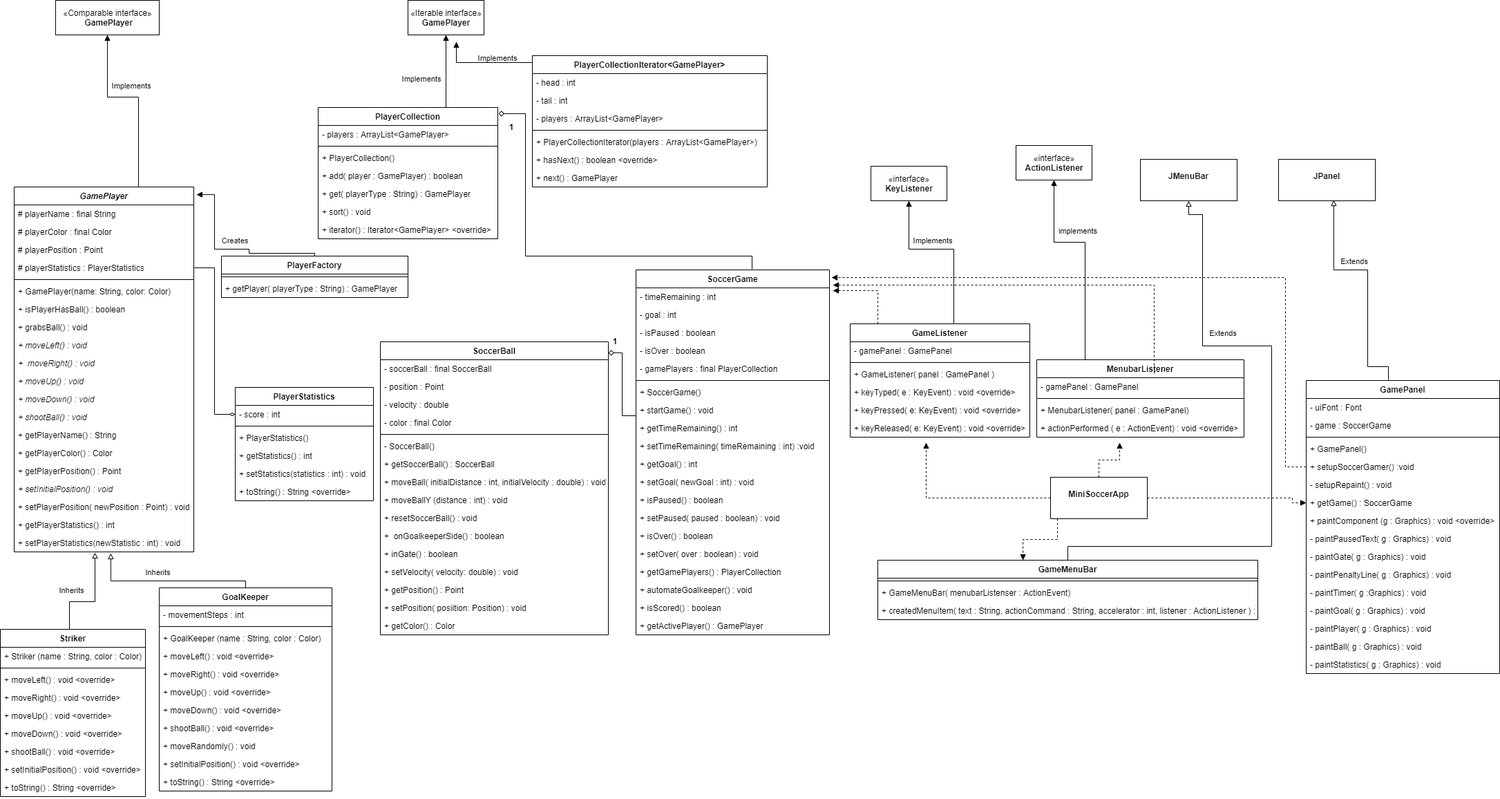
This is UML-Class-Diagram/miniSoccerGame-uml.drawio.png from kim-boho/MiniSoccorGame-3311-Project2-, a draw.io export, as it was before one commit. Source tidied: cells renumbered, new cells last; positions are measured from the earlier drawing's top-left corner, leaving out a move shared by most shapes.
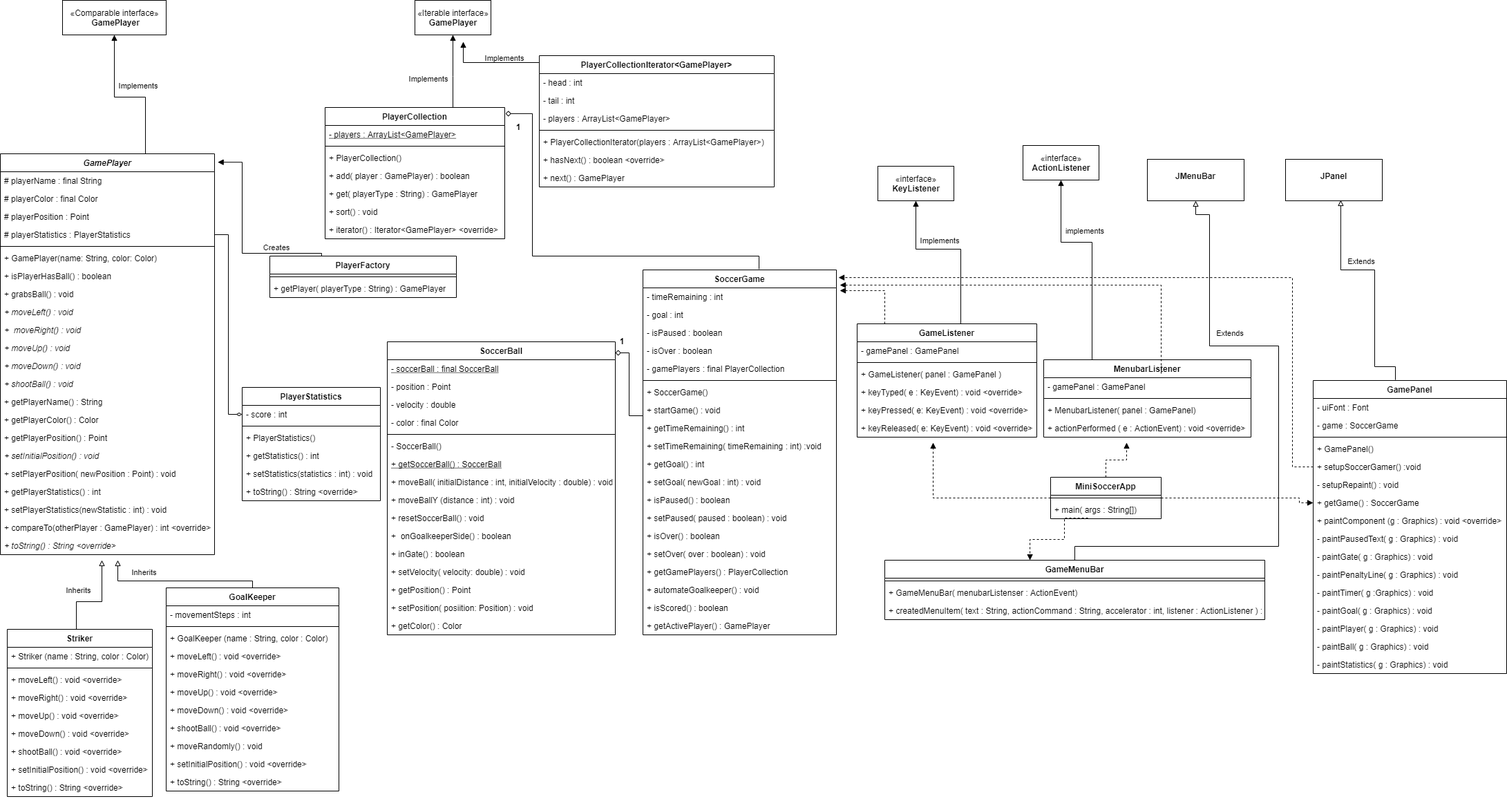
Above is the later version.

The edit, as a diff of the source:
```diff
@@ -11,70 +11,77 @@
       </mxGeometry>
     </mxCell>
     <mxCell id="3" value="GamePlayer" style="swimlane;fontStyle=3;align=center;verticalAlign=top;horizontal=1;startSize=26;" parent="1" vertex="1">
-      <mxGeometry x="20" y="270" width="260" height="528" as="geometry" />
+      <mxGeometry x="-10" y="222" width="310" height="580" as="geometry" />
     </mxCell>
     <mxCell id="4" value="# playerName : final String" style="text;strokeColor=none;fillColor=none;align=left;verticalAlign=top;spacingLeft=4;spacingRight=4;overflow=hidden;" parent="3" vertex="1">
-      <mxGeometry y="26" width="260" height="26" as="geometry" />
+      <mxGeometry y="26" width="310" height="26" as="geometry" />
     </mxCell>
     <mxCell id="5" value="# playerColor : final Color " style="text;strokeColor=none;fillColor=none;align=left;verticalAlign=top;spacingLeft=4;spacingRight=4;overflow=hidden;" parent="3" vertex="1">
-      <mxGeometry y="52" width="260" height="26" as="geometry" />
+      <mxGeometry y="52" width="310" height="26" as="geometry" />
     </mxCell>
     <mxCell id="6" value="# playerPosition : Point" style="text;strokeColor=none;fillColor=none;align=left;verticalAlign=top;spacingLeft=4;spacingRight=4;overflow=hidden;" parent="3" vertex="1">
-      <mxGeometry y="78" width="260" height="26" as="geometry" />
+      <mxGeometry y="78" width="310" height="26" as="geometry" />
     </mxCell>
     <mxCell id="7" value="# playerStatistics : PlayerStatistics" style="text;strokeColor=none;fillColor=none;align=left;verticalAlign=top;spacingLeft=4;spacingRight=4;overflow=hidden;points=[[0,0.5],[1,0.5]];portConstraint=eastwest;" parent="3" vertex="1">
-      <mxGeometry y="104" width="260" height="26" as="geometry" />
+      <mxGeometry y="104" width="310" height="26" as="geometry" />
     </mxCell>
     <mxCell id="8" style="line;strokeWidth=1;fillColor=none;align=left;verticalAlign=middle;spacingTop=-1;spacingLeft=3;spacingRight=3;labelPosition=right;" parent="3" vertex="1">
-      <mxGeometry y="130" width="260" height="8" as="geometry" />
+      <mxGeometry y="130" width="310" height="8" as="geometry" />
     </mxCell>
     <mxCell id="9" value="+ GamePlayer(name: String, color: Color)" style="text;strokeColor=none;fillColor=none;align=left;verticalAlign=top;spacingLeft=4;spacingRight=4;overflow=hidden;" parent="3" vertex="1">
-      <mxGeometry y="138" width="260" height="26" as="geometry" />
+      <mxGeometry y="138" width="310" height="26" as="geometry" />
     </mxCell>
     <mxCell id="10" value="+ isPlayerHasBall() : boolean" style="text;strokeColor=none;fillColor=none;align=left;verticalAlign=top;spacingLeft=4;spacingRight=4;overflow=hidden;" parent="3" vertex="1">
-      <mxGeometry y="164" width="260" height="26" as="geometry" />
+      <mxGeometry y="164" width="310" height="26" as="geometry" />
     </mxCell>
     <mxCell id="11" value="+ grabsBall() : void" style="text;strokeColor=none;fillColor=none;align=left;verticalAlign=top;spacingLeft=4;spacingRight=4;overflow=hidden;" parent="3" vertex="1">
-      <mxGeometry y="190" width="260" height="26" as="geometry" />
+      <mxGeometry y="190" width="310" height="26" as="geometry" />
     </mxCell>
     <mxCell id="12" value="+ moveLeft() : void" style="text;strokeColor=none;fillColor=none;align=left;verticalAlign=top;spacingLeft=4;spacingRight=4;overflow=hidden;fontStyle=2;" parent="3" vertex="1">
-      <mxGeometry y="216" width="260" height="26" as="geometry" />
+      <mxGeometry y="216" width="310" height="26" as="geometry" />
     </mxCell>
     <mxCell id="13" value="+  moveRight() : void " style="text;strokeColor=none;fillColor=none;align=left;verticalAlign=top;spacingLeft=4;spacingRight=4;overflow=hidden;fontStyle=2;" parent="3" vertex="1">
-      <mxGeometry y="242" width="260" height="26" as="geometry" />
+      <mxGeometry y="242" width="310" height="26" as="geometry" />
     </mxCell>
     <mxCell id="14" value="+ moveUp() : void" style="text;strokeColor=none;fillColor=none;align=left;verticalAlign=top;spacingLeft=4;spacingRight=4;overflow=hidden;fontStyle=2;" parent="3" vertex="1">
-      <mxGeometry y="268" width="260" height="26" as="geometry" />
+      <mxGeometry y="268" width="310" height="26" as="geometry" />
     </mxCell>
     <mxCell id="15" value="+ moveDown() : void" style="text;strokeColor=none;fillColor=none;align=left;verticalAlign=top;spacingLeft=4;spacingRight=4;overflow=hidden;fontStyle=2;" parent="3" vertex="1">
-      <mxGeometry y="294" width="260" height="26" as="geometry" />
+      <mxGeometry y="294" width="310" height="26" as="geometry" />
     </mxCell>
     <mxCell id="16" value="+ shootBall() : void" style="text;strokeColor=none;fillColor=none;align=left;verticalAlign=top;spacingLeft=4;spacingRight=4;overflow=hidden;fontStyle=2;" parent="3" vertex="1">
-      <mxGeometry y="320" width="260" height="26" as="geometry" />
+      <mxGeometry y="320" width="310" height="26" as="geometry" />
     </mxCell>
     <mxCell id="17" value="+ getPlayerName() : String" style="text;strokeColor=none;fillColor=none;align=left;verticalAlign=top;spacingLeft=4;spacingRight=4;overflow=hidden;" parent="3" vertex="1">
-      <mxGeometry y="346" width="260" height="26" as="geometry" />
+      <mxGeometry y="346" width="310" height="26" as="geometry" />
     </mxCell>
     <mxCell id="18" value="+ getPlayerColor() : Color" style="text;strokeColor=none;fillColor=none;align=left;verticalAlign=top;spacingLeft=4;spacingRight=4;overflow=hidden;" parent="3" vertex="1">
-      <mxGeometry y="372" width="260" height="26" as="geometry" />
+      <mxGeometry y="372" width="310" height="26" as="geometry" />
     </mxCell>
     <mxCell id="19" value="+ getPlayerPosition() : Point" style="text;strokeColor=none;fillColor=none;align=left;verticalAlign=top;spacingLeft=4;spacingRight=4;overflow=hidden;" parent="3" vertex="1">
-      <mxGeometry y="398" width="260" height="26" as="geometry" />
+      <mxGeometry y="398" width="310" height="26" as="geometry" />
     </mxCell>
     <mxCell id="20" value="+ setInitialPosition() : void" style="text;strokeColor=none;fillColor=none;align=left;verticalAlign=top;spacingLeft=4;spacingRight=4;overflow=hidden;fontStyle=2;" parent="3" vertex="1">
-      <mxGeometry y="424" width="260" height="26" as="geometry" />
+      <mxGeometry y="424" width="310" height="26" as="geometry" />
     </mxCell>
     <mxCell id="21" value="+ setPlayerPosition( newPosition : Point) : void" style="text;strokeColor=none;fillColor=none;align=left;verticalAlign=top;spacingLeft=4;spacingRight=4;overflow=hidden;" parent="3" vertex="1">
-      <mxGeometry y="450" width="260" height="26" as="geometry" />
+      <mxGeometry y="450" width="310" height="26" as="geometry" />
     </mxCell>
     <mxCell id="22" value="+ getPlayerStatistics() : int" style="text;strokeColor=none;fillColor=none;align=left;verticalAlign=top;spacingLeft=4;spacingRight=4;overflow=hidden;" parent="3" vertex="1">
-      <mxGeometry y="476" width="260" height="26" as="geometry" />
+      <mxGeometry y="476" width="310" height="26" as="geometry" />
     </mxCell>
     <mxCell id="23" value="+ setPlayerStatistics(newStatistic : int) : void" style="text;strokeColor=none;fillColor=none;align=left;verticalAlign=top;spacingLeft=4;spacingRight=4;overflow=hidden;points=[[0,0.5],[1,0.5]];portConstraint=eastwest;" parent="3" vertex="1">
-      <mxGeometry y="502" width="260" height="26" as="geometry" />
+      <mxGeometry y="502" width="310" height="26" as="geometry" />
     </mxCell>
+    <mxCell id="181" value="+ compareTo(otherPlayer : GamePlayer) : int &lt;override&gt;" style="text;strokeColor=none;fillColor=none;align=left;verticalAlign=top;spacingLeft=4;spacingRight=4;overflow=hidden;fontSize=12;" parent="3" vertex="1">
+      <mxGeometry y="528" width="310" height="26" as="geometry" />
+    </mxCell>
+    <mxCell id="182" value="+ toString() : String &lt;override&gt;" style="text;strokeColor=none;fillColor=none;align=left;verticalAlign=top;spacingLeft=4;spacingRight=4;overflow=hidden;fontSize=12;fontStyle=2;" parent="3" vertex="1">
+      <mxGeometry y="554" width="310" height="26" as="geometry" />
+    </mxCell>
-    <mxCell id="24" style="edgeStyle=orthogonalEdgeStyle;rounded=0;jettySize=auto;html=1;startArrow=none;startFill=0;endArrow=block;endFill=0;entryX=0.538;entryY=1.077;entryDx=0;entryDy=0;entryPerimeter=0;" parent="1" edge="1" source="25" target="23">
+    <mxCell id="24" style="edgeStyle=orthogonalEdgeStyle;rounded=0;jettySize=auto;html=1;startArrow=none;startFill=0;endArrow=block;endFill=0;" parent="1" edge="1" source="25">
       <mxGeometry relative="1" as="geometry">
+        <mxPoint x="160" y="810" as="targetPoint" />
         <Array as="points">
           <mxPoint x="355" y="840" />
           <mxPoint x="160" y="840" />
@@ -117,8 +124,9 @@
     <mxCell id="36" value="+ toString() : String &lt;override&gt;" style="text;strokeColor=none;fillColor=none;align=left;verticalAlign=top;spacingLeft=4;spacingRight=4;overflow=hidden;" parent="25" vertex="1">
       <mxGeometry y="268" width="250" height="26" as="geometry" />
     </mxCell>
-    <mxCell id="37" style="edgeStyle=orthogonalEdgeStyle;rounded=0;jettySize=auto;html=1;endArrow=block;endFill=0;entryX=0.45;entryY=1.038;entryDx=0;entryDy=0;entryPerimeter=0;" parent="1" edge="1" source="38" target="23">
+    <mxCell id="37" style="edgeStyle=orthogonalEdgeStyle;rounded=0;jettySize=auto;html=1;endArrow=block;endFill=0;" parent="1" edge="1" source="38">
       <mxGeometry relative="1" as="geometry">
+        <mxPoint x="137" y="810" as="targetPoint" />
         <Array as="points">
           <mxPoint x="100" y="870" />
           <mxPoint x="137" y="870" />
@@ -166,7 +174,7 @@
     <mxCell id="49" value="PlayerCollection" style="swimlane;fontStyle=1;align=center;verticalAlign=top;horizontal=1;startSize=26;" parent="1" vertex="1">
       <mxGeometry x="460" y="155" width="260" height="190" as="geometry" />
     </mxCell>
-    <mxCell id="50" value="- players : ArrayList&lt;GamePlayer&gt;" style="text;strokeColor=none;fillColor=none;align=left;verticalAlign=top;spacingLeft=4;spacingRight=4;overflow=hidden;" parent="49" vertex="1">
+    <mxCell id="50" value="- players : ArrayList&lt;GamePlayer&gt;" style="text;strokeColor=none;fillColor=none;align=left;verticalAlign=top;spacingLeft=4;spacingRight=4;overflow=hidden;fontStyle=4;" parent="49" vertex="1">
       <mxGeometry y="26" width="260" height="26" as="geometry" />
     </mxCell>
     <mxCell id="51" style="line;strokeWidth=1;fillColor=none;align=left;verticalAlign=middle;spacingTop=-1;spacingLeft=3;spacingRight=3;labelPosition=right;" parent="49" vertex="1">
@@ -236,15 +244,13 @@
         <mxPoint x="455" y="370" as="sourcePoint" />
         <Array as="points">
           <mxPoint x="455" y="366" />
-          <mxPoint x="360" y="366" />
-          <mxPoint x="360" y="360" />
-          <mxPoint x="310" y="360" />
-          <mxPoint x="310" y="281" />
+          <mxPoint x="340" y="366" />
+          <mxPoint x="340" y="234" />
         </Array>
       </mxGeometry>
     </mxCell>
     <mxCell id="71" value="PlayerFactory" style="swimlane;fontStyle=1;align=center;verticalAlign=top;horizontal=1;startSize=26;" parent="1" vertex="1">
-      <mxGeometry x="320" y="370" width="270" height="60" as="geometry" />
+      <mxGeometry x="380" y="370" width="270" height="60" as="geometry" />
     </mxCell>
     <mxCell id="72" style="line;strokeWidth=1;fillColor=none;align=left;verticalAlign=middle;spacingTop=-1;spacingLeft=3;spacingRight=3;labelPosition=right;" parent="71" vertex="1">
       <mxGeometry y="26" width="270" height="8" as="geometry" />
@@ -253,7 +259,7 @@
       <mxGeometry y="34" width="270" height="26" as="geometry" />
     </mxCell>
     <mxCell id="74" value="Creates" style="text;align=center;fontStyle=0;verticalAlign=middle;spacingLeft=3;spacingRight=3;strokeColor=none;fontSize=11;" parent="1" vertex="1">
-      <mxGeometry x="300" y="334" width="80" height="26" as="geometry" />
+      <mxGeometry x="350" y="344" width="80" height="26" as="geometry" />
     </mxCell>
     <mxCell id="75" value="PlayerStatistics" style="swimlane;fontStyle=1;align=center;verticalAlign=top;horizontal=1;startSize=26;" parent="1" vertex="1">
       <mxGeometry x="340" y="560" width="200" height="164" as="geometry" />
@@ -279,7 +285,7 @@
     <mxCell id="82" value="SoccerBall" style="swimlane;fontStyle=1;align=center;verticalAlign=top;horizontal=1;startSize=26;" parent="1" vertex="1">
       <mxGeometry x="550" y="494" width="330" height="424" as="geometry" />
     </mxCell>
-    <mxCell id="83" value="- soccerBall : final SoccerBall" style="text;strokeColor=none;fillColor=none;align=left;verticalAlign=top;spacingLeft=4;spacingRight=4;overflow=hidden;fontStyle=0;" parent="82" vertex="1">
+    <mxCell id="83" value="- soccerBall : final SoccerBall" style="text;strokeColor=none;fillColor=none;align=left;verticalAlign=top;spacingLeft=4;spacingRight=4;overflow=hidden;fontStyle=4;" parent="82" vertex="1">
       <mxGeometry y="26" width="330" height="26" as="geometry" />
     </mxCell>
     <mxCell id="84" value="- position : Point" style="text;strokeColor=none;fillColor=none;align=left;verticalAlign=top;spacingLeft=4;spacingRight=4;overflow=hidden;" parent="82" vertex="1">
@@ -297,7 +303,7 @@
     <mxCell id="88" value="- SoccerBall()" style="text;strokeColor=none;fillColor=none;align=left;verticalAlign=top;spacingLeft=4;spacingRight=4;overflow=hidden;" parent="82" vertex="1">
       <mxGeometry y="138" width="330" height="26" as="geometry" />
     </mxCell>
-    <mxCell id="89" value="+ getSoccerBall() : SoccerBall" style="text;strokeColor=none;fillColor=none;align=left;verticalAlign=top;spacingLeft=4;spacingRight=4;overflow=hidden;" parent="82" vertex="1">
+    <mxCell id="89" value="+ getSoccerBall() : SoccerBall" style="text;strokeColor=none;fillColor=none;align=left;verticalAlign=top;spacingLeft=4;spacingRight=4;overflow=hidden;fontStyle=4;" parent="82" vertex="1">
       <mxGeometry y="164" width="330" height="26" as="geometry" />
     </mxCell>
     <mxCell id="90" value="+ moveBall( initialDistance : int, initialVelocity : double) : void" style="text;strokeColor=none;fillColor=none;align=left;verticalAlign=top;spacingLeft=4;spacingRight=4;overflow=hidden;" parent="82" vertex="1">
@@ -400,7 +406,12 @@
       <mxGeometry y="502" width="280" height="26" as="geometry" />
     </mxCell>
     <mxCell id="121" style="edgeStyle=orthogonalEdgeStyle;rounded=0;jettySize=auto;html=1;entryX=1;entryY=0.5;entryDx=0;entryDy=0;endArrow=none;endFill=0;startArrow=diamondThin;startFill=0;" parent="1" edge="1" source="76" target="7">
-      <mxGeometry relative="1" as="geometry" />
+      <mxGeometry relative="1" as="geometry">
+        <Array as="points">
+          <mxPoint x="320" y="599" />
+          <mxPoint x="320" y="339" />
+        </Array>
+      </mxGeometry>
     </mxCell>
     <mxCell id="122" style="edgeStyle=orthogonalEdgeStyle;rounded=0;jettySize=auto;html=1;exitX=0;exitY=0.5;exitDx=0;exitDy=0;startArrow=none;startFill=0;endArrow=diamond;endFill=0;" parent="1" edge="1" source="108" target="82">
       <mxGeometry relative="1" as="geometry">
@@ -593,7 +604,7 @@
         </Array>
       </mxGeometry>
     </mxCell>
-    <mxCell id="170" style="edgeStyle=orthogonalEdgeStyle;rounded=0;jettySize=auto;html=1;entryX=0;entryY=0.5;entryDx=0;entryDy=0;dashed=1;endArrow=block;endFill=1;" parent="1" edge="1" source="174" target="155">
+    <mxCell id="170" style="edgeStyle=orthogonalEdgeStyle;rounded=0;jettySize=auto;html=1;entryX=0;entryY=0.5;entryDx=0;entryDy=0;dashed=1;endArrow=block;endFill=1;exitX=1;exitY=0.5;exitDx=0;exitDy=0;" parent="1" edge="1" source="174" target="155">
       <mxGeometry relative="1" as="geometry">
         <Array as="points">
           <mxPoint x="1870" y="720" />
@@ -601,27 +612,25 @@
         </Array>
       </mxGeometry>
     </mxCell>
-    <mxCell id="171" style="edgeStyle=orthogonalEdgeStyle;rounded=0;jettySize=auto;html=1;dashed=1;endArrow=block;endFill=1;" parent="1" edge="1" source="174">
+    <mxCell id="171" style="edgeStyle=orthogonalEdgeStyle;rounded=0;jettySize=auto;html=1;dashed=1;endArrow=block;endFill=1;exitX=0.5;exitY=0;exitDx=0;exitDy=0;" parent="1" edge="1" source="174">
       <mxGeometry relative="1" as="geometry">
         <mxPoint x="1620" y="640" as="targetPoint" />
       </mxGeometry>
     </mxCell>
-    <mxCell id="172" style="edgeStyle=orthogonalEdgeStyle;rounded=0;jettySize=auto;html=1;dashed=1;endArrow=block;endFill=1;" parent="1" edge="1" source="174">
+    <mxCell id="172" style="edgeStyle=orthogonalEdgeStyle;rounded=0;jettySize=auto;html=1;dashed=1;endArrow=block;endFill=1;exitX=0;exitY=0.5;exitDx=0;exitDy=0;" parent="1" edge="1" source="174">
       <mxGeometry relative="1" as="geometry">
         <mxPoint x="1340" y="640" as="targetPoint" />
       </mxGeometry>
     </mxCell>
-    <mxCell id="173" style="edgeStyle=orthogonalEdgeStyle;rounded=0;jettySize=auto;html=1;entryX=0.382;entryY=0;entryDx=0;entryDy=0;entryPerimeter=0;dashed=1;endArrow=block;endFill=1;" parent="1" edge="1" source="174" target="143">
+    <mxCell id="173" style="edgeStyle=orthogonalEdgeStyle;rounded=0;jettySize=auto;html=1;entryX=0.382;entryY=0;entryDx=0;entryDy=0;entryPerimeter=0;dashed=1;endArrow=block;endFill=1;exitX=0.338;exitY=0.962;exitDx=0;exitDy=0;exitPerimeter=0;" parent="1" edge="1" source="184" target="143">
       <mxGeometry relative="1" as="geometry">
         <Array as="points">
+          <mxPoint x="1530" y="749" />
           <mxPoint x="1530" y="780" />
           <mxPoint x="1480" y="780" />
         </Array>
       </mxGeometry>
     </mxCell>
-    <mxCell id="174" value="&lt;p style=&quot;margin: 0px ; margin-top: 4px ; text-align: center&quot;&gt;&lt;br&gt;&lt;b&gt;MiniSoccerApp&lt;/b&gt;&lt;/p&gt;" style="verticalAlign=top;align=left;overflow=fill;fontSize=12;fontFamily=Helvetica;html=1;" parent="1" vertex="1">
-      <mxGeometry x="1520" y="690" width="140" height="60" as="geometry" />
-    </mxCell>
     <mxCell id="175" value="1" style="text;align=center;fontStyle=1;verticalAlign=middle;spacingLeft=3;spacingRight=3;strokeColor=none;" parent="1" vertex="1">
       <mxGeometry x="730" y="170" width="20" height="26" as="geometry" />
     </mxCell>
@@ -632,7 +641,7 @@
       <mxGeometry x="80" y="840" width="50" height="26" as="geometry" />
     </mxCell>
     <mxCell id="178" value="Inherits " style="text;align=center;fontStyle=0;verticalAlign=middle;spacingLeft=3;spacingRight=3;strokeColor=none;fontSize=11;" parent="1" vertex="1">
-      <mxGeometry x="190" y="814" width="80" height="26" as="geometry" />
+      <mxGeometry x="160" y="814" width="80" height="26" as="geometry" />
     </mxCell>
     <mxCell id="179" value="Implements" style="text;align=center;fontStyle=0;verticalAlign=middle;spacingLeft=3;spacingRight=3;strokeColor=none;fontSize=11;" parent="1" vertex="1">
       <mxGeometry x="1310" y="334" width="80" height="26" as="geometry" />
@@ -640,5 +649,14 @@
     <mxCell id="180" value="implements" style="text;align=center;fontStyle=0;verticalAlign=middle;spacingLeft=3;spacingRight=3;strokeColor=none;fontSize=11;" parent="1" vertex="1">
       <mxGeometry x="1520" y="320" width="80" height="26" as="geometry" />
     </mxCell>
+    <mxCell id="174" value="MiniSoccerApp" style="swimlane;fontStyle=1;align=center;verticalAlign=top;horizontal=1;startSize=26;fontSize=12;" parent="1" vertex="1">
+      <mxGeometry x="1510" y="690" width="160" height="60" as="geometry" />
+    </mxCell>
+    <mxCell id="183" style="line;strokeWidth=1;fillColor=none;align=left;verticalAlign=middle;spacingTop=-1;spacingLeft=3;spacingRight=3;labelPosition=right;fontSize=12;" parent="174" vertex="1">
+      <mxGeometry y="26" width="160" height="8" as="geometry" />
+    </mxCell>
+    <mxCell id="184" value="+ main( args : String[])" style="text;strokeColor=none;fillColor=none;align=left;verticalAlign=top;spacingLeft=4;spacingRight=4;overflow=hidden;points=[[0,0.5],[1,0.5]];portConstraint=eastwest;fontSize=12;" parent="174" vertex="1">
+      <mxGeometry y="34" width="160" height="26" as="geometry" />
+    </mxCell>
   </root>
 </mxGraphModel>
```
